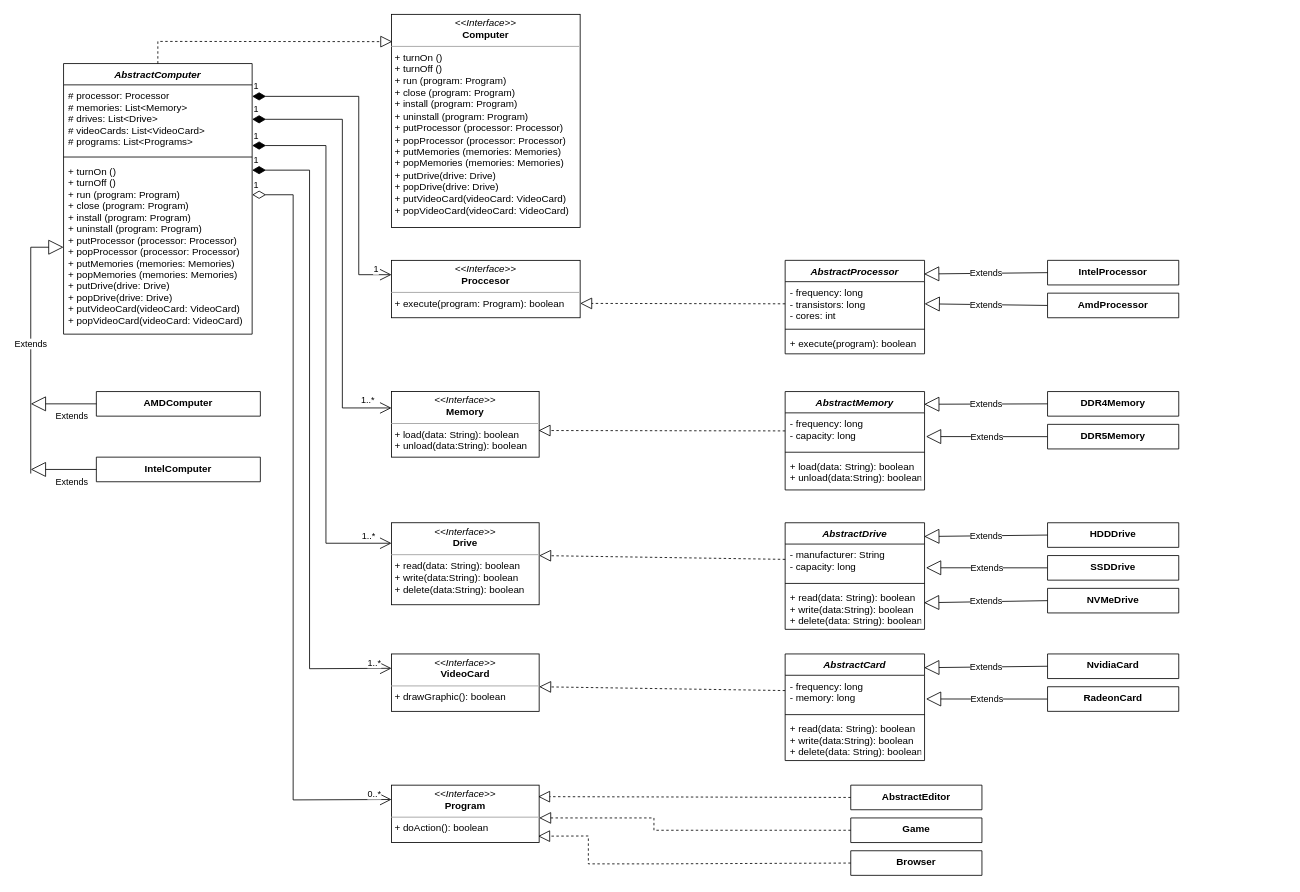
Above: src/structural/bridge/bridge.drawio in SichniyAndriy/Avada_Task-5_Patterns (draw.io), before the change. Source tidied: cells renumbered, new cells numbered last; positions are measured from the earlier drawing's top-left corner, leaving out a move shared by most shapes. Both pictures are drawn from the tidied source at 82%, with x=0, y=0 at pixel (30, 14).
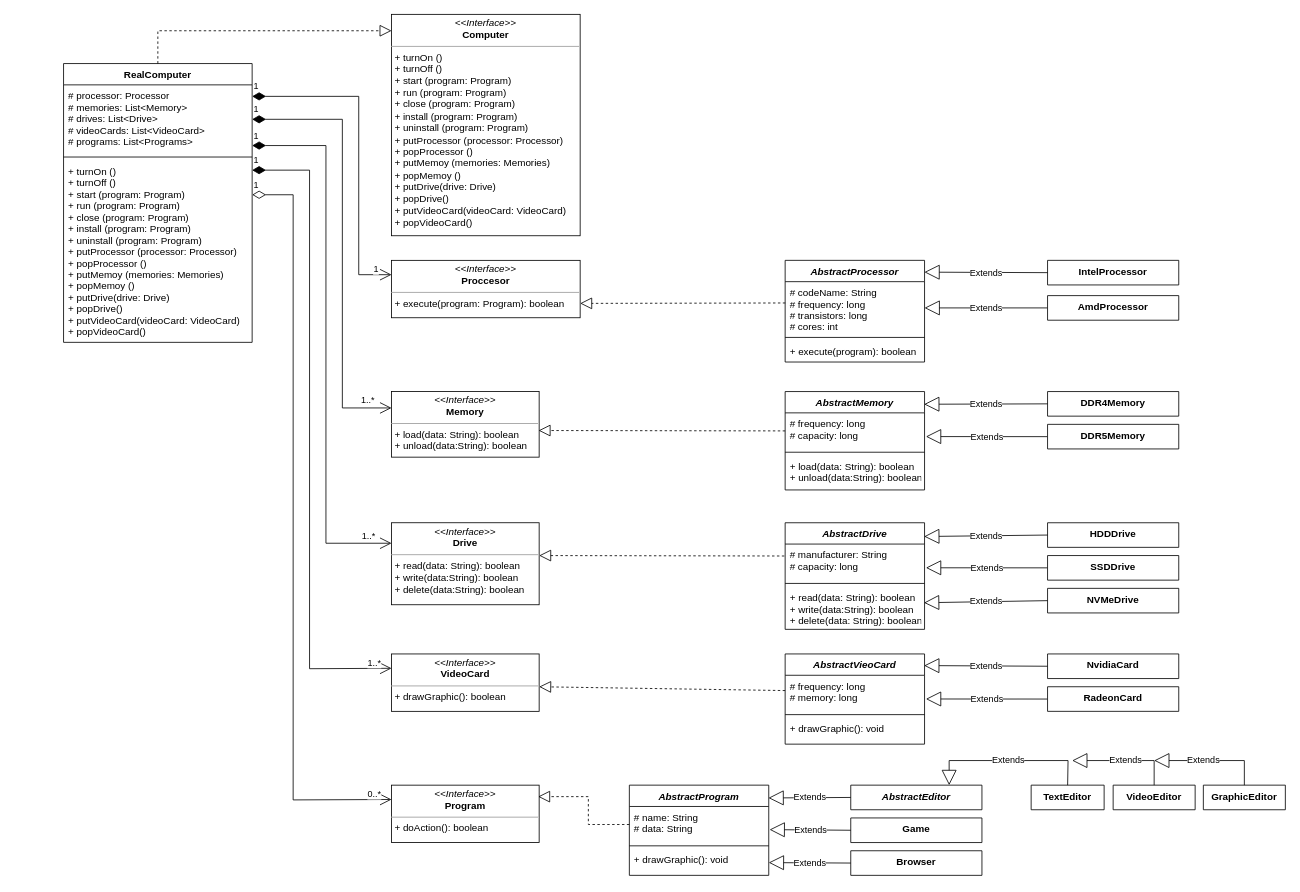
The same page after the edit.

Commit message (it also covers changes not shown here):
add code in main and fix diagram

Unchanged cells that the change refers to:
```xml
<mxCell id="8" value="&lt;p style=&quot;margin:0px;margin-top:4px;text-align:center;&quot;&gt;&lt;i&gt;&amp;lt;&amp;lt;Interface&amp;gt;&amp;gt;&lt;/i&gt;&lt;br&gt;&lt;b&gt;Proccesor&lt;/b&gt;&lt;/p&gt;&lt;hr size=&quot;1&quot;&gt;&lt;p style=&quot;margin:0px;margin-left:4px;&quot;&gt;+ execute(program: Program): boolean&lt;br&gt;&lt;br&gt;&lt;/p&gt;" style="verticalAlign=top;align=left;overflow=fill;fontSize=12;fontFamily=Helvetica;html=1;" parent="1" vertex="1">
  <mxGeometry x="440" y="300" width="230" height="70" as="geometry" />
</mxCell>
<mxCell id="14" value="IntelProcessor" style="swimlane;fontStyle=1;align=center;verticalAlign=top;horizontal=1;startSize=52;" parent="1" vertex="1">
  <mxGeometry x="1240" y="300" width="160" height="30" as="geometry" />
</mxCell>
<mxCell id="19" value="AbstractMemory" style="swimlane;fontStyle=3;align=center;verticalAlign=top;horizontal=1;startSize=26;" parent="1" vertex="1">
  <mxGeometry x="920" y="460" width="170" height="120" as="geometry" />
</mxCell>
<mxCell id="29" value="AbstractDrive" style="swimlane;fontStyle=3;align=center;verticalAlign=top;horizontal=1;startSize=26;" parent="1" vertex="1">
  <mxGeometry x="920" y="620" width="170" height="130" as="geometry" />
</mxCell>
<mxCell id="50" value="&lt;p style=&quot;margin:0px;margin-top:4px;text-align:center;&quot;&gt;&lt;i&gt;&amp;lt;&amp;lt;Interface&amp;gt;&amp;gt;&lt;/i&gt;&lt;br&gt;&lt;b&gt;Program&lt;/b&gt;&lt;/p&gt;&lt;hr size=&quot;1&quot;&gt;&lt;p style=&quot;margin:0px;margin-left:4px;&quot;&gt;+ doAction(): boolean&lt;/p&gt;&lt;p style=&quot;margin:0px;margin-left:4px;&quot;&gt;&lt;br&gt;&lt;/p&gt;" style="verticalAlign=top;align=left;overflow=fill;fontSize=12;fontFamily=Helvetica;html=1;" parent="1" vertex="1">
  <mxGeometry x="440" y="940" width="180" height="70" as="geometry" />
</mxCell>
<mxCell id="52" value="Game" style="swimlane;fontStyle=1;align=center;verticalAlign=top;horizontal=1;startSize=52;" parent="1" vertex="1">
  <mxGeometry x="1000" y="980" width="160" height="30" as="geometry" />
</mxCell>
<mxCell id="54" value="Browser" style="swimlane;fontStyle=1;align=center;verticalAlign=top;horizontal=1;startSize=52;" parent="1" vertex="1">
  <mxGeometry x="1000" y="1020" width="160" height="30" as="geometry" />
</mxCell>
```

What changed in the source:
```diff
@@
-    <mxCell id="2" value="&lt;p style=&quot;margin:0px;margin-top:4px;text-align:center;&quot;&gt;&lt;i&gt;&amp;lt;&amp;lt;Interface&amp;gt;&amp;gt;&lt;/i&gt;&lt;br&gt;&lt;b&gt;Computer&lt;/b&gt;&lt;/p&gt;&lt;hr size=&quot;1&quot;&gt;&lt;p style=&quot;margin:0px;margin-left:4px;&quot;&gt;+ turnOn ()&lt;br style=&quot;padding: 0px; margin: 0px;&quot;&gt;+ turnOff ()&lt;br style=&quot;padding: 0px; margin: 0px;&quot;&gt;+ run (program: Program)&lt;br style=&quot;padding: 0px; margin: 0px;&quot;&gt;+ close (program: Program)&lt;br style=&quot;padding: 0px; margin: 0px;&quot;&gt;+ install (program: Program)&lt;br style=&quot;padding: 0px; margin: 0px;&quot;&gt;+ uninstall (program: Program)&lt;br style=&quot;padding: 0px; margin: 0px;&quot;&gt;+ putProcessor (processor: Processor)&lt;br style=&quot;padding: 0px; margin: 0px;&quot;&gt;+ popProcessor (processor: Processor)&lt;br style=&quot;padding: 0px; margin: 0px;&quot;&gt;+ putMemories (memories: Memories)&lt;br style=&quot;padding: 0px; margin: 0px;&quot;&gt;+ popMemories (memories: Memories)&lt;br style=&quot;padding: 0px; margin: 0px;&quot;&gt;+ putDrive(drive: Drive)&lt;br style=&quot;padding: 0px; margin: 0px;&quot;&gt;+ popDrive(drive: Drive)&lt;br style=&quot;padding: 0px; margin: 0px;&quot;&gt;+ putVideoCard(videoCard: VideoCard)&lt;br style=&quot;padding: 0px; margin: 0px;&quot;&gt;+ popVideoCard(videoCard: VideoCard)&lt;br&gt;&lt;/p&gt;" style="verticalAlign=top;align=left;overflow=fill;fontSize=12;fontFamily=Helvetica;html=1;" parent="1" vertex="1">
-      <mxGeometry x="440" width="230" height="260" as="geometry" />
+    <mxCell id="2" value="&lt;p style=&quot;margin:0px;margin-top:4px;text-align:center;&quot;&gt;&lt;i&gt;&amp;lt;&amp;lt;Interface&amp;gt;&amp;gt;&lt;/i&gt;&lt;br&gt;&lt;b&gt;Computer&lt;/b&gt;&lt;/p&gt;&lt;hr size=&quot;1&quot;&gt;&lt;p style=&quot;margin:0px;margin-left:4px;&quot;&gt;+ turnOn ()&lt;br style=&quot;padding: 0px; margin: 0px;&quot;&gt;+ turnOff ()&lt;br style=&quot;padding: 0px; margin: 0px;&quot;&gt;+ start (program: Program)&lt;br style=&quot;padding: 0px; margin: 0px;&quot;&gt;+ run (program: Program)&lt;br style=&quot;padding: 0px; margin: 0px;&quot;&gt;+ close (program: Program)&lt;br style=&quot;padding: 0px; margin: 0px;&quot;&gt;+ install (program: Program)&lt;br style=&quot;padding: 0px; margin: 0px;&quot;&gt;+ uninstall (program: Program)&lt;br style=&quot;padding: 0px; margin: 0px;&quot;&gt;+ putProcessor (processor: Processor)&lt;br style=&quot;padding: 0px; margin: 0px;&quot;&gt;+ popProcessor ()&lt;br style=&quot;padding: 0px; margin: 0px;&quot;&gt;+ putMemoy (memories: Memories)&lt;br style=&quot;padding: 0px; margin: 0px;&quot;&gt;+ popMemoy ()&lt;br style=&quot;padding: 0px; margin: 0px;&quot;&gt;+ putDrive(drive: Drive)&lt;br style=&quot;padding: 0px; margin: 0px;&quot;&gt;+ popDrive()&lt;br style=&quot;padding: 0px; margin: 0px;&quot;&gt;+ putVideoCard(videoCard: VideoCard)&lt;br style=&quot;padding: 0px; margin: 0px;&quot;&gt;+ popVideoCard()&lt;br&gt;&lt;/p&gt;" style="verticalAlign=top;align=left;overflow=fill;fontSize=12;fontFamily=Helvetica;html=1;" parent="1" vertex="1">
+      <mxGeometry x="440" width="230" height="270" as="geometry" />
     </mxCell>
-    <mxCell id="3" value="AbstractComputer" style="swimlane;fontStyle=3;align=center;verticalAlign=top;horizontal=1;startSize=26;" parent="1" vertex="1">
-      <mxGeometry x="40" y="60" width="230" height="330" as="geometry" />
+    <mxCell id="3" value="RealComputer" style="swimlane;fontStyle=1;align=center;verticalAlign=top;horizontal=1;startSize=26;" parent="1" vertex="1">
+      <mxGeometry x="40" y="60" width="230" height="340" as="geometry" />
     </mxCell>
@@
-    <mxCell id="6" value="+ turnOn ()&#10;+ turnOff ()&#10;+ run (program: Program)&#10;+ close (program: Program)&#10;+ install (program: Program)&#10;+ uninstall (program: Program)&#10;+ putProcessor (processor: Processor)&#10;+ popProcessor (processor: Processor)&#10;+ putMemories (memories: Memories)&#10;+ popMemories (memories: Memories)&#10;+ putDrive(drive: Drive)&#10;+ popDrive(drive: Drive)&#10;+ putVideoCard(videoCard: VideoCard)&#10;+ popVideoCard(videoCard: VideoCard)" style="text;strokeColor=none;fillColor=none;align=left;verticalAlign=top;spacingLeft=4;spacingRight=4;overflow=hidden;points=[[0,0.5],[1,0.5]];portConstraint=eastwest;" parent="3" vertex="1">
-      <mxGeometry y="118" width="230" height="212" as="geometry" />
+    <mxCell id="6" value="+ turnOn ()&#10;+ turnOff ()&#10;+ start (program: Program)&#10;+ run (program: Program)&#10;+ close (program: Program)&#10;+ install (program: Program)&#10;+ uninstall (program: Program)&#10;+ putProcessor (processor: Processor)&#10;+ popProcessor ()&#10;+ putMemoy (memories: Memories)&#10;+ popMemoy ()&#10;+ putDrive(drive: Drive)&#10;+ popDrive()&#10;+ putVideoCard(videoCard: VideoCard)&#10;+ popVideoCard()" style="text;strokeColor=none;fillColor=none;align=left;verticalAlign=top;spacingLeft=4;spacingRight=4;overflow=hidden;points=[[0,0.5],[1,0.5]];portConstraint=eastwest;" parent="3" vertex="1">
+      <mxGeometry y="118" width="230" height="222" as="geometry" />
     </mxCell>
-    <mxCell id="7" style="endArrow=block;dashed=1;endFill=0;endSize=12;html=1;rounded=0;exitX=0.5;exitY=0;exitDx=0;exitDy=0;entryX=0.004;entryY=0.128;entryDx=0;entryDy=0;entryPerimeter=0;" parent="1" edge="1" source="3" target="2">
+    <mxCell id="7" style="endArrow=block;dashed=1;endFill=0;endSize=12;html=1;rounded=0;exitX=0.5;exitY=0;exitDx=0;exitDy=0;" parent="1" edge="1" source="3">
       <mxGeometry relative="1" as="geometry">
+        <mxPoint x="440" y="20" as="targetPoint" />
         <Array as="points">
-          <mxPoint x="155" y="33" />
+          <mxPoint x="155" y="20" />
         </Array>
       </mxGeometry>
     </mxCell>
@@
     <mxCell id="9" value="AbstractProcessor" style="swimlane;fontStyle=3;align=center;verticalAlign=top;horizontal=1;startSize=26;" parent="1" vertex="1">
-      <mxGeometry x="920" y="300" width="170" height="114" as="geometry" />
+      <mxGeometry x="920" y="300" width="170" height="124" as="geometry" />
     </mxCell>
-    <mxCell id="10" value="- frequency: long&#10;- transistors: long&#10;- cores: int" style="text;strokeColor=none;fillColor=none;align=left;verticalAlign=top;spacingLeft=4;spacingRight=4;overflow=hidden;points=[[0,0.5],[1,0.5]];portConstraint=eastwest;" parent="9" vertex="1">
-      <mxGeometry y="26" width="170" height="54" as="geometry" />
+    <mxCell id="10" value="# codeName: String&#10;# frequency: long&#10;# transistors: long&#10;# cores: int" style="text;strokeColor=none;fillColor=none;align=left;verticalAlign=top;spacingLeft=4;spacingRight=4;overflow=hidden;points=[[0,0.5],[1,0.5]];portConstraint=eastwest;" parent="9" vertex="1">
+      <mxGeometry y="26" width="170" height="64" as="geometry" />
     </mxCell>
     <mxCell id="11" style="line;strokeWidth=1;fillColor=none;align=left;verticalAlign=middle;spacingTop=-1;spacingLeft=3;spacingRight=3;labelPosition=right;strokeColor=inherit;" parent="9" vertex="1">
-      <mxGeometry y="80" width="170" height="8" as="geometry" />
+      <mxGeometry y="90" width="170" height="8" as="geometry" />
     </mxCell>
     <mxCell id="12" value="+ execute(program): boolean" style="text;strokeColor=none;fillColor=none;align=left;verticalAlign=top;spacingLeft=4;spacingRight=4;overflow=hidden;" parent="9" vertex="1">
-      <mxGeometry y="88" width="170" height="26" as="geometry" />
+      <mxGeometry y="98" width="170" height="26" as="geometry" />
     </mxCell>
-    <mxCell id="13" style="endArrow=block;dashed=1;endFill=0;endSize=12;html=1;rounded=0;exitX=0;exitY=0.5;exitDx=0;exitDy=0;entryX=1;entryY=0.75;entryDx=0;entryDy=0;" parent="1" edge="1" source="10" target="8">
+    <mxCell id="13" style="endArrow=block;dashed=1;endFill=0;endSize=12;html=1;rounded=0;exitX=0.001;exitY=0.406;exitDx=0;exitDy=0;entryX=1;entryY=0.75;entryDx=0;entryDy=0;exitPerimeter=0;" parent="1" edge="1" source="10" target="8">
       <mxGeometry relative="1" as="geometry" />
     </mxCell>
@@
-    <mxCell id="16" value="Extends" style="endArrow=block;endSize=16;endFill=0;html=1;rounded=0;exitX=0;exitY=0.5;exitDx=0;exitDy=0;entryX=0.996;entryY=0.146;entryDx=0;entryDy=0;entryPerimeter=0;" parent="1" edge="1" source="14" target="9">
+    <mxCell id="16" value="Extends" style="endArrow=block;endSize=16;endFill=0;html=1;rounded=0;exitX=0;exitY=0.5;exitDx=0;exitDy=0;entryX=0.999;entryY=0.116;entryDx=0;entryDy=0;entryPerimeter=0;" parent="1" edge="1" source="14" target="9">
       <mxGeometry relative="1" as="geometry" />
     </mxCell>
     <mxCell id="17" value="AmdProcessor" style="swimlane;fontStyle=1;align=center;verticalAlign=top;horizontal=1;startSize=52;" parent="1" vertex="1">
-      <mxGeometry x="1240" y="340" width="160" height="30" as="geometry" />
+      <mxGeometry x="1240" y="343" width="160" height="30" as="geometry" />
     </mxCell>
@@
-    <mxCell id="20" value="- frequency: long&#10;- capacity: long" style="text;strokeColor=none;fillColor=none;align=left;verticalAlign=top;spacingLeft=4;spacingRight=4;overflow=hidden;points=[[0,0.5],[1,0.5]];portConstraint=eastwest;" parent="19" vertex="1">
+    <mxCell id="20" value="# frequency: long&#10;# capacity: long" style="text;strokeColor=none;fillColor=none;align=left;verticalAlign=top;spacingLeft=4;spacingRight=4;overflow=hidden;points=[[0,0.5],[1,0.5]];portConstraint=eastwest;" parent="19" vertex="1">
       <mxGeometry y="26" width="170" height="44" as="geometry" />
     </mxCell>
@@
-    <mxCell id="30" value="- manufacturer: String&#10;- capacity: long" style="text;strokeColor=none;fillColor=none;align=left;verticalAlign=top;spacingLeft=4;spacingRight=4;overflow=hidden;points=[[0,0.5],[1,0.5]];portConstraint=eastwest;" parent="29" vertex="1">
+    <mxCell id="30" value="# manufacturer: String&#10;# capacity: long" style="text;strokeColor=none;fillColor=none;align=left;verticalAlign=top;spacingLeft=4;spacingRight=4;overflow=hidden;points=[[0,0.5],[1,0.5]];portConstraint=eastwest;" parent="29" vertex="1">
       <mxGeometry y="26" width="170" height="44" as="geometry" />
     </mxCell>
@@
-    <mxCell id="33" style="endArrow=block;dashed=1;endFill=0;endSize=12;html=1;rounded=0;exitX=0;exitY=0.424;exitDx=0;exitDy=0;exitPerimeter=0;" parent="1" edge="1" source="30">
+    <mxCell id="33" style="endArrow=block;dashed=1;endFill=0;endSize=12;html=1;rounded=0;exitX=-0.006;exitY=0.331;exitDx=0;exitDy=0;exitPerimeter=0;" parent="1" edge="1" source="30">
       <mxGeometry relative="1" as="geometry">
         <mxPoint x="620" y="660" as="targetPoint" />
       </mxGeometry>
     </mxCell>
@@
-    <mxCell id="41" value="AbstractCard" style="swimlane;fontStyle=3;align=center;verticalAlign=top;horizontal=1;startSize=26;" parent="1" vertex="1">
-      <mxGeometry x="920" y="780" width="170" height="130" as="geometry" />
+    <mxCell id="41" value="AbstractVieoCard" style="swimlane;fontStyle=3;align=center;verticalAlign=top;horizontal=1;startSize=26;" parent="1" vertex="1">
+      <mxGeometry x="920" y="780" width="170" height="110" as="geometry" />
     </mxCell>
-    <mxCell id="42" value="- frequency: long&#10;- memory: long" style="text;strokeColor=none;fillColor=none;align=left;verticalAlign=top;spacingLeft=4;spacingRight=4;overflow=hidden;points=[[0,0.5],[1,0.5]];portConstraint=eastwest;" parent="41" vertex="1">
+    <mxCell id="42" value="# frequency: long&#10;# memory: long" style="text;strokeColor=none;fillColor=none;align=left;verticalAlign=top;spacingLeft=4;spacingRight=4;overflow=hidden;points=[[0,0.5],[1,0.5]];portConstraint=eastwest;" parent="41" vertex="1">
       <mxGeometry y="26" width="170" height="44" as="geometry" />
     </mxCell>
@@
-    <mxCell id="44" value="+ read(data: String): boolean&#10;+ write(data:String): boolean&#10;+ delete(data: String): boolean" style="text;strokeColor=none;fillColor=none;align=left;verticalAlign=top;spacingLeft=4;spacingRight=4;overflow=hidden;" parent="41" vertex="1">
-      <mxGeometry y="78" width="170" height="52" as="geometry" />
+    <mxCell id="44" value="+ drawGraphic(): void" style="text;strokeColor=none;fillColor=none;align=left;verticalAlign=top;spacingLeft=4;spacingRight=4;overflow=hidden;" parent="41" vertex="1">
+      <mxGeometry y="78" width="170" height="32" as="geometry" />
     </mxCell>
@@
-    <mxCell id="51" value="AbstractEditor" style="swimlane;fontStyle=1;align=center;verticalAlign=top;horizontal=1;startSize=52;" parent="1" vertex="1">
+    <mxCell id="51" value="AbstractEditor" style="swimlane;fontStyle=3;align=center;verticalAlign=top;horizontal=1;startSize=52;" parent="1" vertex="1">
       <mxGeometry x="1000" y="940" width="160" height="30" as="geometry" />
     </mxCell>
@@
-    <mxCell id="53" style="endArrow=block;dashed=1;endFill=0;endSize=12;html=1;rounded=0;fontColor=default;exitX=0;exitY=0.5;exitDx=0;exitDy=0;entryX=0.993;entryY=0.2;entryDx=0;entryDy=0;entryPerimeter=0;" parent="1" edge="1" source="51" target="50">
-      <mxGeometry relative="1" as="geometry" />
+    <mxCell id="53" style="endArrow=block;dashed=1;endFill=0;endSize=12;html=1;rounded=0;fontColor=default;exitX=0;exitY=0.5;exitDx=0;exitDy=0;entryX=0.993;entryY=0.2;entryDx=0;entryDy=0;entryPerimeter=0;" parent="1" edge="1" source="79" target="50">
+      <mxGeometry relative="1" as="geometry">
+        <Array as="points">
+          <mxPoint x="680" y="988" />
+          <mxPoint x="680" y="954" />
+        </Array>
+      </mxGeometry>
     </mxCell>
@@
-    <mxCell id="55" style="endArrow=block;dashed=1;endFill=0;endSize=12;html=1;rounded=0;fontColor=default;exitX=0;exitY=0.5;exitDx=0;exitDy=0;entryX=1;entryY=0.571;entryDx=0;entryDy=0;entryPerimeter=0;" parent="1" edge="1" source="52" target="50">
-      <mxGeometry relative="1" as="geometry">
-        <Array as="points">
-          <mxPoint x="760" y="995" />
-          <mxPoint x="760" y="980" />
-          <mxPoint x="680" y="980" />
-        </Array>
-      </mxGeometry>
-    </mxCell>
-    <mxCell id="56" style="endArrow=block;dashed=1;endFill=0;endSize=12;html=1;rounded=0;fontColor=default;exitX=0;exitY=0.5;exitDx=0;exitDy=0;entryX=0.993;entryY=0.889;entryDx=0;entryDy=0;entryPerimeter=0;" parent="1" edge="1" source="54" target="50">
-      <mxGeometry relative="1" as="geometry">
-        <Array as="points">
-          <mxPoint x="760" y="1036" />
-          <mxPoint x="680" y="1036" />
-          <mxPoint x="680" y="1002" />
-        </Array>
-      </mxGeometry>
-    </mxCell>
-    <mxCell id="57" value="AMDComputer" style="swimlane;fontStyle=1;align=center;verticalAlign=top;horizontal=1;startSize=30;" parent="1" vertex="1">
-      <mxGeometry x="80" y="460" width="200" height="30" as="geometry" />
-    </mxCell>
-    <mxCell id="58" value="IntelComputer" style="swimlane;fontStyle=1;align=center;verticalAlign=top;horizontal=1;startSize=30;" parent="1" vertex="1">
-      <mxGeometry x="80" y="540" width="200" height="30" as="geometry" />
-    </mxCell>
-    <mxCell id="59" value="Extends" style="endArrow=block;endSize=16;endFill=0;html=1;rounded=0;fontColor=default;entryX=0;entryY=0.5;entryDx=0;entryDy=0;" parent="1" edge="1" target="6">
-      <mxGeometry relative="1" as="geometry">
-        <mxPoint y="560" as="sourcePoint" />
-        <Array as="points">
-          <mxPoint y="284" />
-        </Array>
-      </mxGeometry>
-    </mxCell>
-    <mxCell id="60" value="Extends" style="endArrow=block;endSize=16;endFill=0;html=1;rounded=0;fontColor=default;exitX=0;exitY=0.5;exitDx=0;exitDy=0;" parent="1" edge="1" source="58">
-      <mxGeometry x="-0.25" y="15" relative="1" as="geometry">
-        <mxPoint y="555" as="targetPoint" />
-      </mxGeometry>
-    </mxCell>
@@
+    <mxCell id="72" value="TextEditor" style="swimlane;fontStyle=1;align=center;verticalAlign=top;horizontal=1;startSize=52;" parent="1" vertex="1">
+      <mxGeometry x="1220" y="940" width="89" height="30" as="geometry" />
+    </mxCell>
+    <mxCell id="73" value="VideoEditor" style="swimlane;fontStyle=1;align=center;verticalAlign=top;horizontal=1;startSize=52;" parent="1" vertex="1">
+      <mxGeometry x="1320" y="940" width="100" height="30" as="geometry" />
+    </mxCell>
+    <mxCell id="74" value="GraphicEditor" style="swimlane;fontStyle=1;align=center;verticalAlign=top;horizontal=1;startSize=52;" parent="1" vertex="1">
+      <mxGeometry x="1430" y="940" width="100" height="30" as="geometry" />
+    </mxCell>
+    <mxCell id="75" value="Extends" style="endArrow=block;endSize=16;endFill=0;html=1;rounded=0;exitX=0.5;exitY=0;exitDx=0;exitDy=0;entryX=0.75;entryY=0;entryDx=0;entryDy=0;" parent="1" edge="1" source="72" target="51">
+      <mxGeometry relative="1" as="geometry">
+        <Array as="points">
+          <mxPoint x="1265" y="910" />
+          <mxPoint x="1120" y="910" />
+        </Array>
+      </mxGeometry>
+    </mxCell>
+    <mxCell id="76" value="Extends" style="endArrow=block;endSize=16;endFill=0;html=1;rounded=0;exitX=0.5;exitY=0;exitDx=0;exitDy=0;" parent="1" edge="1" source="73">
+      <mxGeometry relative="1" as="geometry">
+        <mxPoint x="1270" y="910" as="targetPoint" />
+        <Array as="points">
+          <mxPoint x="1370" y="910" />
+        </Array>
+      </mxGeometry>
+    </mxCell>
+    <mxCell id="77" value="Extends" style="endArrow=block;endSize=16;endFill=0;html=1;rounded=0;exitX=0.5;exitY=0;exitDx=0;exitDy=0;" parent="1" edge="1" source="74">
+      <mxGeometry x="0.14" relative="1" as="geometry">
+        <mxPoint x="1370" y="910" as="targetPoint" />
+        <Array as="points">
+          <mxPoint x="1480" y="910" />
+        </Array>
+      </mxGeometry>
+    </mxCell>
+    <mxCell id="78" value="AbstractProgram" style="swimlane;fontStyle=3;align=center;verticalAlign=top;horizontal=1;startSize=26;" parent="1" vertex="1">
+      <mxGeometry x="730" y="940" width="170" height="110" as="geometry" />
+    </mxCell>
+    <mxCell id="79" value="# name: String&#10;# data: String" style="text;strokeColor=none;fillColor=none;align=left;verticalAlign=top;spacingLeft=4;spacingRight=4;overflow=hidden;points=[[0,0.5],[1,0.5]];portConstraint=eastwest;" parent="78" vertex="1">
+      <mxGeometry y="26" width="170" height="44" as="geometry" />
+    </mxCell>
+    <mxCell id="80" style="line;strokeWidth=1;fillColor=none;align=left;verticalAlign=middle;spacingTop=-1;spacingLeft=3;spacingRight=3;labelPosition=right;strokeColor=inherit;" parent="78" vertex="1">
+      <mxGeometry y="70" width="170" height="8" as="geometry" />
+    </mxCell>
+    <mxCell id="81" value="+ drawGraphic(): void" style="text;strokeColor=none;fillColor=none;align=left;verticalAlign=top;spacingLeft=4;spacingRight=4;overflow=hidden;points=[[0,0.5],[1,0.5]];portConstraint=eastwest;" parent="78" vertex="1">
+      <mxGeometry y="78" width="170" height="32" as="geometry" />
+    </mxCell>
+    <mxCell id="82" value="Extends" style="endArrow=block;endSize=16;endFill=0;html=1;rounded=0;exitX=0;exitY=0.5;exitDx=0;exitDy=0;entryX=0.998;entryY=0.142;entryDx=0;entryDy=0;entryPerimeter=0;" parent="1" edge="1" source="51" target="78">
+      <mxGeometry relative="1" as="geometry" />
+    </mxCell>
+    <mxCell id="83" value="Extends" style="endArrow=block;endSize=16;endFill=0;html=1;rounded=0;exitX=0;exitY=0.5;exitDx=0;exitDy=0;entryX=1.006;entryY=0.642;entryDx=0;entryDy=0;entryPerimeter=0;" parent="1" edge="1" source="52" target="79">
+      <mxGeometry relative="1" as="geometry" />
+    </mxCell>
-    <mxCell id="71" value="Extends" style="endArrow=block;endSize=16;endFill=0;html=1;rounded=0;exitX=0;exitY=0.5;exitDx=0;exitDy=0;" parent="1" edge="1" source="57">
-      <mxGeometry x="-0.25" y="15" relative="1" as="geometry">
-        <mxPoint y="475" as="targetPoint" />
-      </mxGeometry>
+    <mxCell id="71" value="Extends" style="endArrow=block;endSize=16;endFill=0;html=1;rounded=0;exitX=0;exitY=0.5;exitDx=0;exitDy=0;" parent="1" edge="1" source="54" target="81">
+      <mxGeometry relative="1" as="geometry" />
     </mxCell>
```
